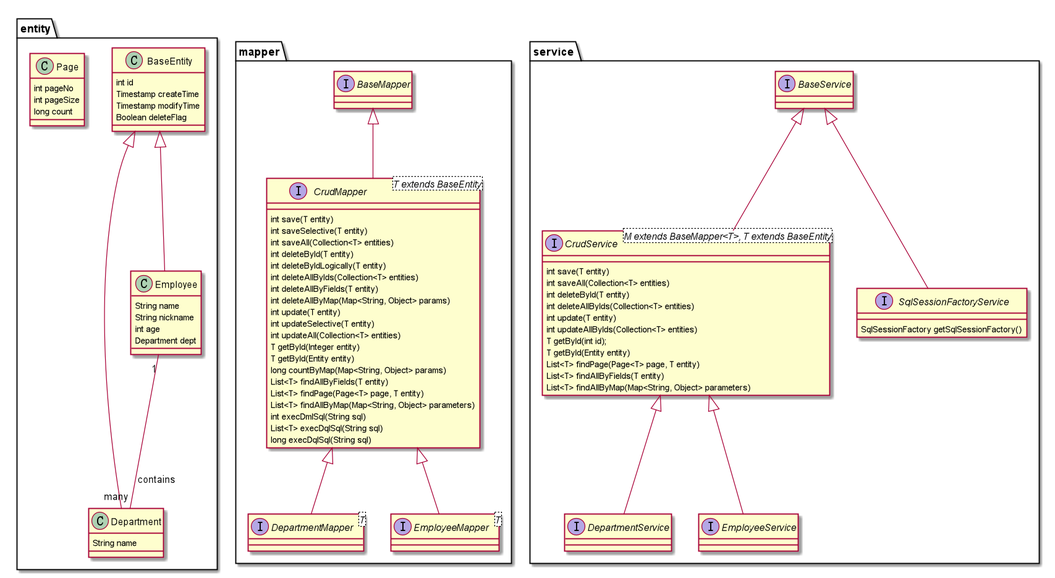
Before: java-data-access/mybatis-sql-map-by-xml/docs/class_diagram.png, a diagram exported from PlantUML (tg-playground/code-example-java).
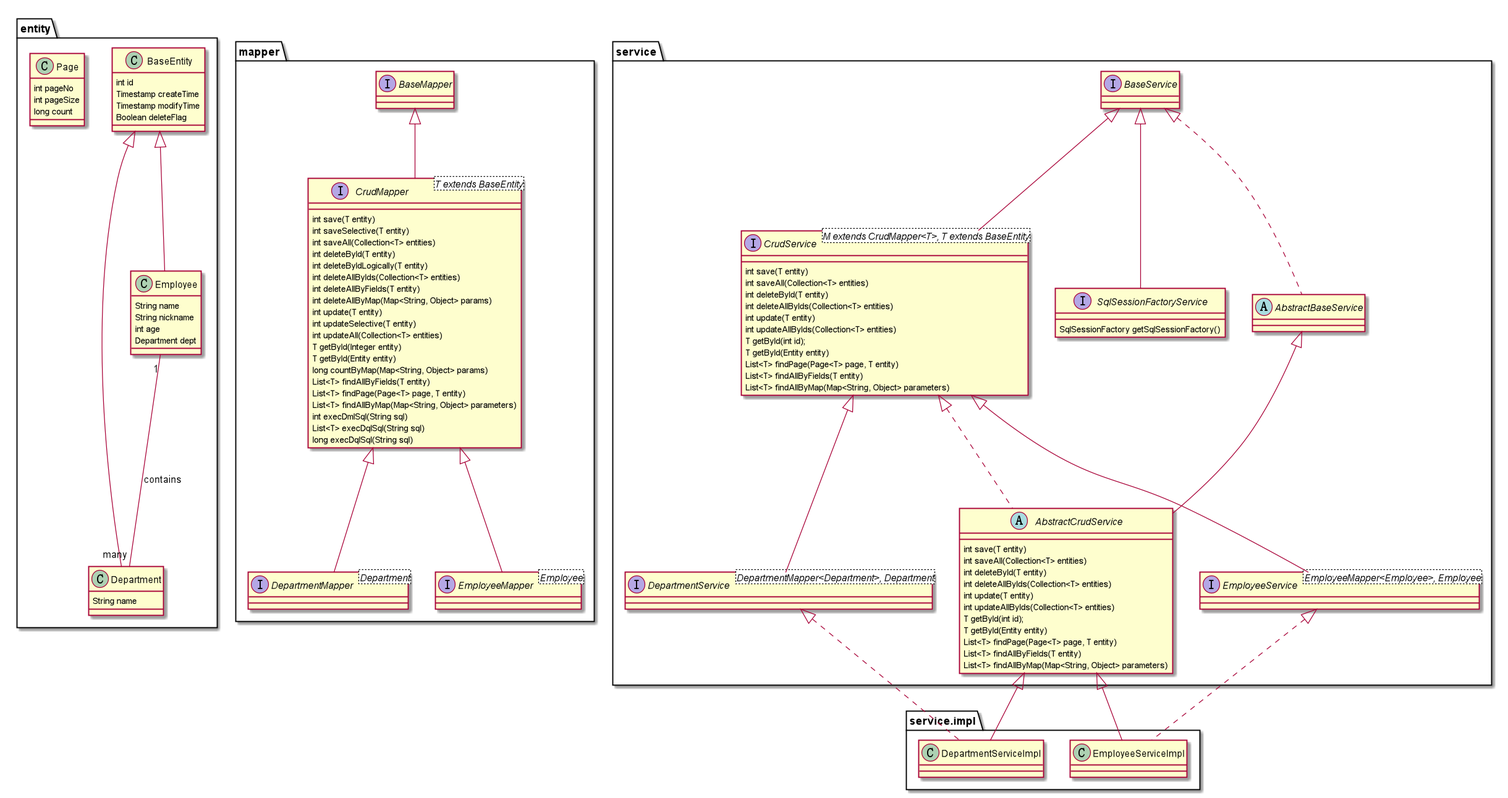
The same file after the commit.

Change to the diagram source:
```diff
@@ -63,13 +63,13 @@
 
 mapper.BaseMapper <|-- mapper.CrudMapper
 
-interface mapper.DepartmentMapper<T>
+interface mapper.DepartmentMapper<Department>
 {
 }
 
 mapper.CrudMapper <|-- mapper.DepartmentMapper
 
-interface mapper.EmployeeMapper<T>
+interface mapper.EmployeeMapper<Employee>
 {
 }
 
@@ -81,7 +81,7 @@
 
 }
 
-interface service.CrudService<M extends BaseMapper<T>, T extends BaseEntity>
+interface service.CrudService<M extends CrudMapper<T>, T extends BaseEntity>
 {
     int save(T entity)
     int saveAll(Collection<T> entities)
@@ -98,13 +98,13 @@
 
 service.BaseService <|-- service.CrudService
 
-interface service.DepartmentService
+interface service.DepartmentService<DepartmentMapper<Department>, Department>
 {
 }
 
 service.CrudService <|-- service.DepartmentService
 
-interface service.EmployeeService
+interface service.EmployeeService<EmployeeMapper<Employee>, Employee>
 {
 }
 service.CrudService <|-- service.EmployeeService
@@ -115,6 +115,43 @@
 }
 service.BaseService <|-- service.SqlSessionFactoryService
 
+abstract class service.AbstractBaseService
+{
+
+}
+service.BaseService <|.. service.AbstractBaseService
+
+abstract class service.AbstractCrudService
+{
+    int save(T entity)
+    int saveAll(Collection<T> entities)
+    int deleteById(T entity)
+    int deleteAllByIds(Collection<T> entities)
+    int update(T entity)
+    int updateAllByIds(Collection<T> entities)
+    T getById(int id);
+    T getById(Entity entity)
+    List<T> findPage(Page<T> page, T entity)
+    List<T> findAllByFields(T entity)
+    List<T> findAllByMap(Map<String, Object> parameters)
+}
+service.AbstractBaseService <|-- service.AbstractCrudService
+service.CrudService <|.. service.AbstractCrudService
+
+class service.impl.DepartmentServiceImpl
+{
+
+}
+service.AbstractCrudService <|-- service.impl.DepartmentServiceImpl
+service.DepartmentService <|.. service.impl.DepartmentServiceImpl
+
+class service.impl.EmployeeServiceImpl
+{
+}
+service.AbstractCrudService <|-- service.impl.EmployeeServiceImpl
+service.EmployeeService <|.. service.impl.EmployeeServiceImpl
+
+
 
 
 @enduml
```
